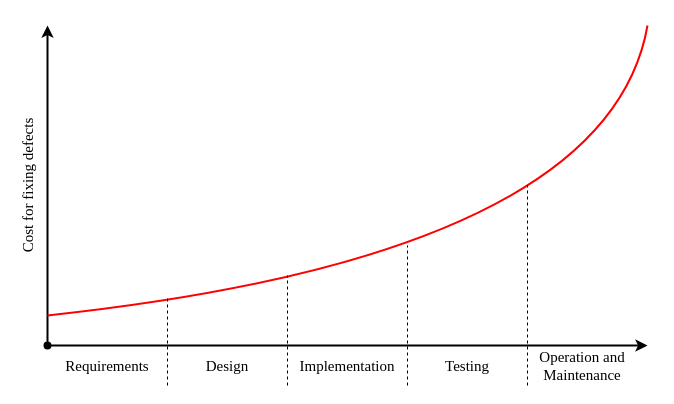
This is img/Chapter1/Cost_of_fixing_bugs/Cost_of_fixing_bugs.drawio from CorrieScheepers/Masters, a draw.io file, before an edit. Source tidied: cells renumbered, new cells numbered last; positions are measured from the earlier drawing's top-left corner, leaving out a move shared by most shapes. Both pictures are drawn from the tidied source at 100%, with x=0, y=0 at pixel (-53, 25).
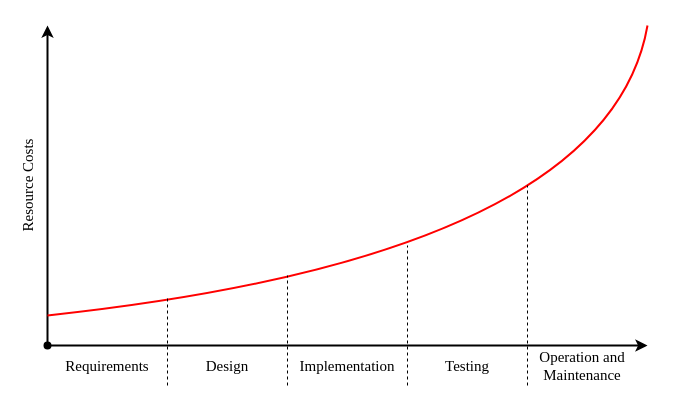
After the change.

Diff of the diagram source:
```diff
@@
-    <mxCell id="5" value="Cost for fixing defects" style="text;html=1;strokeColor=none;fillColor=none;align=center;verticalAlign=middle;whiteSpace=wrap;rounded=0;rotation=-90;fontFamily=Times New Roman;fontSize=15;" parent="1" vertex="1">
+    <mxCell id="5" value="Resource Costs" style="text;html=1;strokeColor=none;fillColor=none;align=center;verticalAlign=middle;whiteSpace=wrap;rounded=0;rotation=-90;fontFamily=Times New Roman;fontSize=15;" parent="1" vertex="1">
       <mxGeometry y="150" width="160" height="20" as="geometry" />
     </mxCell>
```
